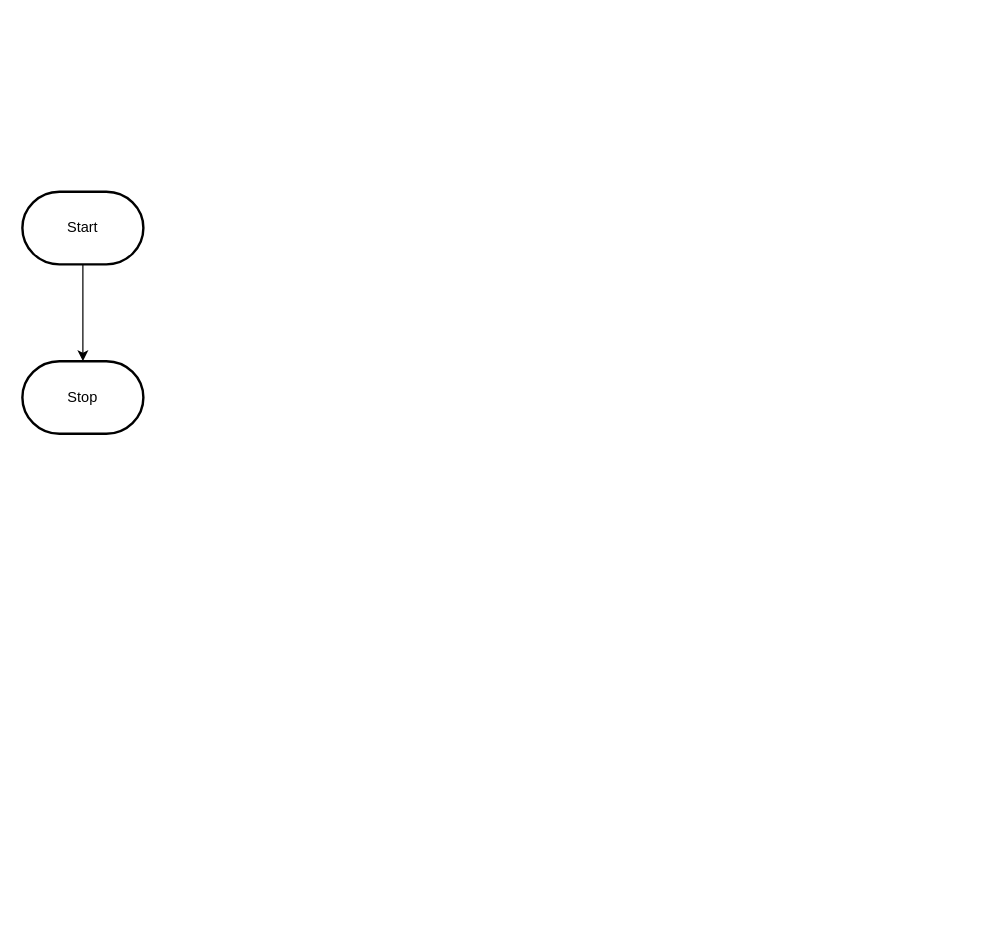
This is design/flowchart.drawio from MTHS-ICS2O-2-2022/ICS2O-Unit-5-03-Mariam-Kasim, a draw.io file, before an edit. Source tidied: cells renumbered, new cells numbered last; positions are measured from the earlier drawing's top-left corner, leaving out a move shared by most shapes. Both pictures are drawn from the tidied source at 121%, with x=0, y=0 at pixel (22, 191).
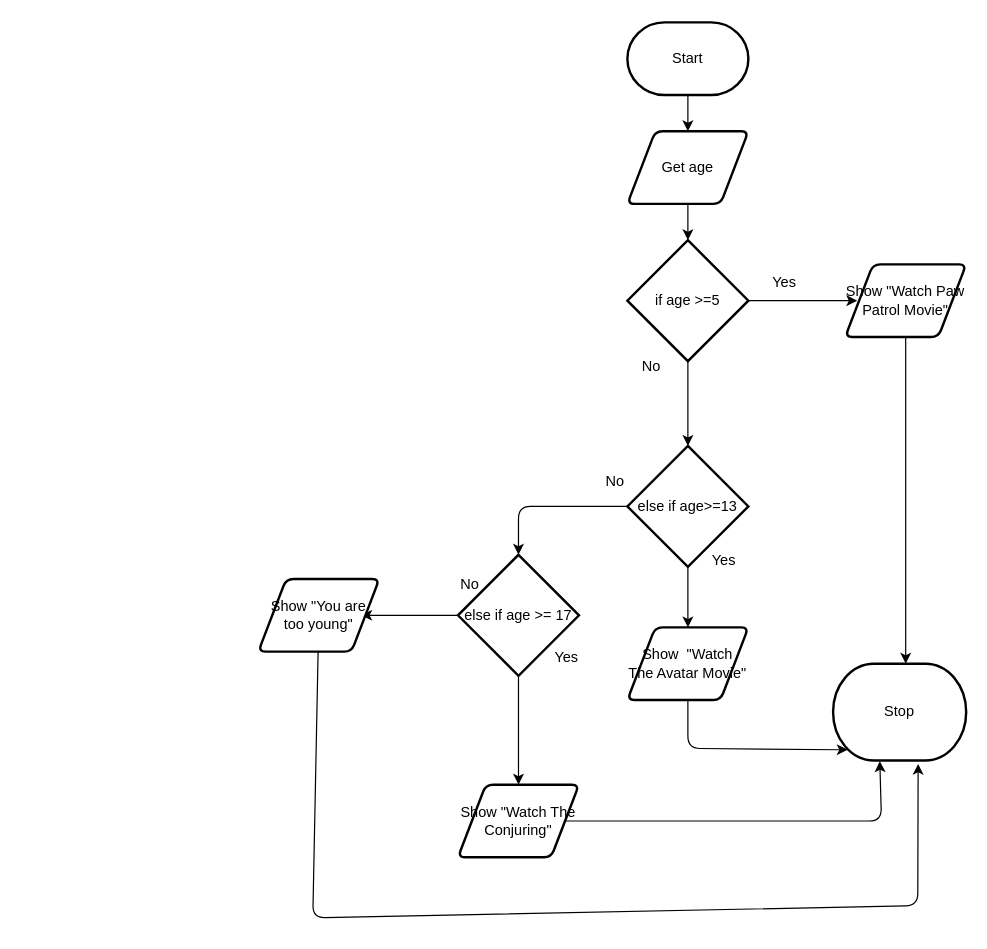
Above is the later version.

What changed in the source:
```diff
@@
-    <mxCell id="2" style="edgeStyle=orthogonalEdgeStyle;html=1;rounded=0;" parent="1" edge="1" source="3" target="4">
-      <mxGeometry relative="1" as="geometry" />
-    </mxCell>
+    <mxCell id="5" style="edgeStyle=none;html=1;" parent="1" edge="1" source="3">
+      <mxGeometry relative="1" as="geometry">
+        <mxPoint x="550" y="-50" as="targetPoint" />
+      </mxGeometry>
+    </mxCell>
     <mxCell id="3" value="Start" style="strokeWidth=2;html=1;shape=mxgraph.flowchart.terminator;whiteSpace=wrap;" parent="1" vertex="1">
-      <mxGeometry width="100" height="60" as="geometry" />
+      <mxGeometry x="500" y="-140" width="100" height="60" as="geometry" />
     </mxCell>
     <mxCell id="4" value="Stop" style="strokeWidth=2;html=1;shape=mxgraph.flowchart.terminator;whiteSpace=wrap;" parent="1" vertex="1">
-      <mxGeometry y="140" width="100" height="60" as="geometry" />
+      <mxGeometry x="670" y="390" width="110" height="80" as="geometry" />
     </mxCell>
+    <mxCell id="6" style="edgeStyle=none;html=1;" parent="1" edge="1" source="7">
+      <mxGeometry relative="1" as="geometry">
+        <mxPoint x="550" y="40" as="targetPoint" />
+      </mxGeometry>
+    </mxCell>
+    <mxCell id="7" value="Get age" style="shape=parallelogram;html=1;strokeWidth=2;perimeter=parallelogramPerimeter;whiteSpace=wrap;rounded=1;arcSize=12;size=0.23;" parent="1" vertex="1">
+      <mxGeometry x="500" y="-50" width="100" height="60" as="geometry" />
+    </mxCell>
+    <mxCell id="8" value="Yes" style="text;strokeColor=none;align=center;fillColor=none;html=1;verticalAlign=middle;whiteSpace=wrap;rounded=0;" parent="1" vertex="1">
+      <mxGeometry x="600" y="60" width="60" height="30" as="geometry" />
+    </mxCell>
+    <mxCell id="9" value="No" style="text;strokeColor=none;align=center;fillColor=none;html=1;verticalAlign=middle;whiteSpace=wrap;rounded=0;" parent="1" vertex="1">
+      <mxGeometry x="490" y="130" width="60" height="30" as="geometry" />
+    </mxCell>
+    <mxCell id="10" style="edgeStyle=none;html=1;" parent="1" edge="1" source="12">
+      <mxGeometry relative="1" as="geometry">
+        <mxPoint x="690" y="90" as="targetPoint" />
+      </mxGeometry>
+    </mxCell>
+    <mxCell id="11" style="edgeStyle=none;html=1;" parent="1" edge="1" source="12">
+      <mxGeometry relative="1" as="geometry">
+        <mxPoint x="550" y="210" as="targetPoint" />
+      </mxGeometry>
+    </mxCell>
+    <mxCell id="12" value="if age &amp;gt;=5" style="strokeWidth=2;html=1;shape=mxgraph.flowchart.decision;whiteSpace=wrap;" parent="1" vertex="1">
+      <mxGeometry x="500" y="40" width="100" height="100" as="geometry" />
+    </mxCell>
+    <mxCell id="13" style="edgeStyle=none;html=1;" parent="1" edge="1" source="14">
+      <mxGeometry relative="1" as="geometry">
+        <mxPoint x="730" y="390" as="targetPoint" />
+      </mxGeometry>
+    </mxCell>
+    <mxCell id="14" value="Show &quot;Watch Paw Patrol Movie&quot;" style="shape=parallelogram;html=1;strokeWidth=2;perimeter=parallelogramPerimeter;whiteSpace=wrap;rounded=1;arcSize=12;size=0.23;" parent="1" vertex="1">
+      <mxGeometry x="680" y="60" width="100" height="60" as="geometry" />
+    </mxCell>
+    <mxCell id="15" style="edgeStyle=none;html=1;" parent="1" edge="1" source="17">
+      <mxGeometry relative="1" as="geometry">
+        <mxPoint x="410" y="300" as="targetPoint" />
+        <Array as="points">
+          <mxPoint x="410" y="260" />
+        </Array>
+      </mxGeometry>
+    </mxCell>
+    <mxCell id="16" style="edgeStyle=none;html=1;" parent="1" edge="1" source="17">
+      <mxGeometry relative="1" as="geometry">
+        <mxPoint x="550" y="360" as="targetPoint" />
+      </mxGeometry>
+    </mxCell>
+    <mxCell id="17" value="else if age&amp;gt;=13" style="strokeWidth=2;html=1;shape=mxgraph.flowchart.decision;whiteSpace=wrap;" parent="1" vertex="1">
+      <mxGeometry x="500" y="210" width="100" height="100" as="geometry" />
+    </mxCell>
+    <mxCell id="18" value="No" style="text;strokeColor=none;align=center;fillColor=none;html=1;verticalAlign=middle;whiteSpace=wrap;rounded=0;" parent="1" vertex="1">
+      <mxGeometry x="460" y="225" width="60" height="30" as="geometry" />
+    </mxCell>
+    <mxCell id="19" style="edgeStyle=none;html=1;entryX=0.11;entryY=0.89;entryDx=0;entryDy=0;entryPerimeter=0;" parent="1" edge="1" source="20" target="4">
+      <mxGeometry relative="1" as="geometry">
+        <Array as="points">
+          <mxPoint x="550" y="460" />
+        </Array>
+      </mxGeometry>
+    </mxCell>
+    <mxCell id="20" value="Show&amp;nbsp; &quot;Watch The Avatar Movie&quot;" style="shape=parallelogram;html=1;strokeWidth=2;perimeter=parallelogramPerimeter;whiteSpace=wrap;rounded=1;arcSize=12;size=0.23;" parent="1" vertex="1">
+      <mxGeometry x="500" y="360" width="100" height="60" as="geometry" />
+    </mxCell>
+    <mxCell id="21" style="edgeStyle=none;html=1;" parent="1" edge="1" source="23" target="25">
+      <mxGeometry relative="1" as="geometry" />
+    </mxCell>
+    <mxCell id="22" style="edgeStyle=none;html=1;" parent="1" edge="1" source="23">
+      <mxGeometry relative="1" as="geometry">
+        <mxPoint x="280" y="350" as="targetPoint" />
+      </mxGeometry>
+    </mxCell>
+    <mxCell id="23" value="else if age &amp;gt;= 17" style="strokeWidth=2;html=1;shape=mxgraph.flowchart.decision;whiteSpace=wrap;" parent="1" vertex="1">
+      <mxGeometry x="360" y="300" width="100" height="100" as="geometry" />
+    </mxCell>
+    <mxCell id="24" style="edgeStyle=none;html=1;entryX=0.351;entryY=1.007;entryDx=0;entryDy=0;entryPerimeter=0;" parent="1" edge="1" source="25" target="4">
+      <mxGeometry relative="1" as="geometry">
+        <Array as="points">
+          <mxPoint x="710" y="520" />
+        </Array>
+      </mxGeometry>
+    </mxCell>
+    <mxCell id="25" value="Show &quot;Watch The Conjuring&quot;" style="shape=parallelogram;html=1;strokeWidth=2;perimeter=parallelogramPerimeter;whiteSpace=wrap;rounded=1;arcSize=12;size=0.23;" parent="1" vertex="1">
+      <mxGeometry x="360" y="490" width="100" height="60" as="geometry" />
+    </mxCell>
+    <mxCell id="26" value="Yes" style="text;strokeColor=none;align=center;fillColor=none;html=1;verticalAlign=middle;whiteSpace=wrap;rounded=0;" parent="1" vertex="1">
+      <mxGeometry x="420" y="370" width="60" height="30" as="geometry" />
+    </mxCell>
+    <mxCell id="27" value="No" style="text;strokeColor=none;align=center;fillColor=none;html=1;verticalAlign=middle;whiteSpace=wrap;rounded=0;" parent="1" vertex="1">
+      <mxGeometry x="340" y="310" width="60" height="30" as="geometry" />
+    </mxCell>
+    <mxCell id="28" style="edgeStyle=none;html=1;entryX=0.639;entryY=1.035;entryDx=0;entryDy=0;entryPerimeter=0;" parent="1" edge="1" source="29" target="4">
+      <mxGeometry relative="1" as="geometry">
+        <Array as="points">
+          <mxPoint x="240" y="600" />
+          <mxPoint x="740" y="590" />
+        </Array>
+      </mxGeometry>
+    </mxCell>
+    <mxCell id="29" value="Show &quot;You are too young&quot;" style="shape=parallelogram;html=1;strokeWidth=2;perimeter=parallelogramPerimeter;whiteSpace=wrap;rounded=1;arcSize=12;size=0.23;" parent="1" vertex="1">
+      <mxGeometry x="195" y="320" width="100" height="60" as="geometry" />
+    </mxCell>
+    <mxCell id="30" value="Yes" style="text;strokeColor=none;align=center;fillColor=none;html=1;verticalAlign=middle;whiteSpace=wrap;rounded=0;" parent="1" vertex="1">
+      <mxGeometry x="550" y="290" width="60" height="30" as="geometry" />
+    </mxCell>
```
